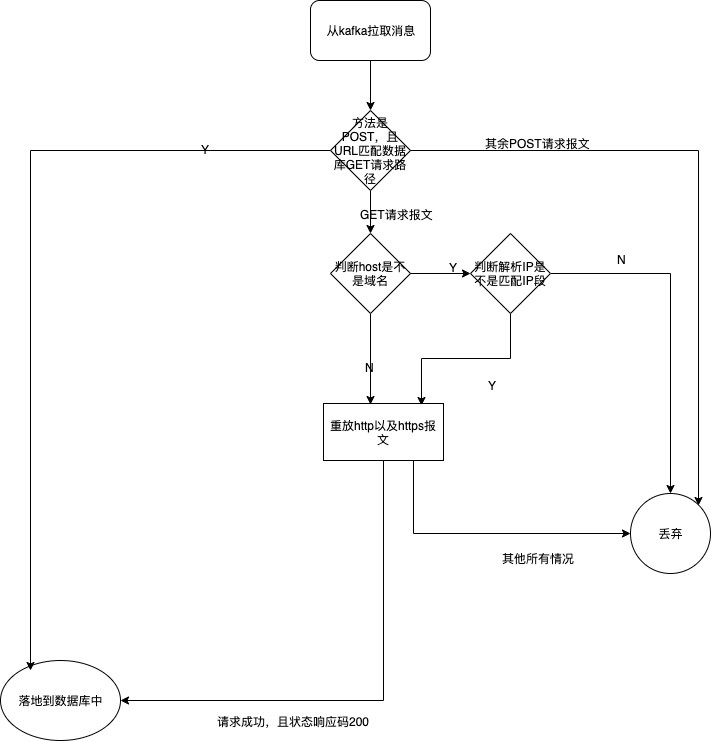
This is logic.png from madneal/requests, a draw.io export, as it was before one commit. Source tidied: cells renumbered, new cells last; positions are measured from the earlier drawing's top-left corner, leaving out a move shared by most shapes.
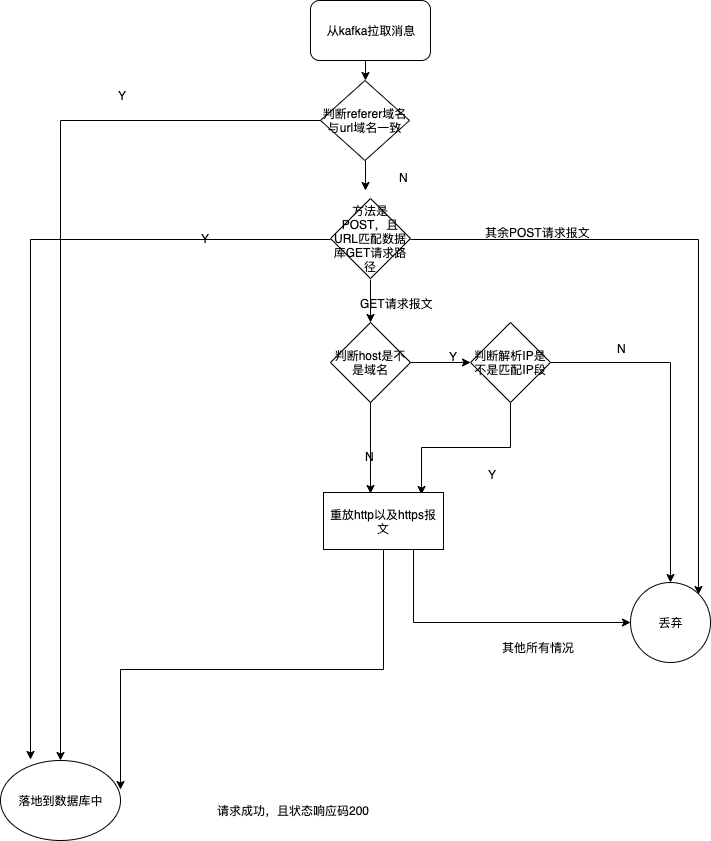
Above is the later version.

Change to the diagram source:
```diff
@@ -2,11 +2,11 @@
   <root>
     <mxCell id="0" />
     <mxCell id="1" parent="0" />
-    <mxCell id="2" style="edgeStyle=orthogonalEdgeStyle;rounded=0;jettySize=auto;html=1;exitX=0.5;exitY=1;exitDx=0;exitDy=0;entryX=0.5;entryY=0;entryDx=0;entryDy=0;" parent="1" edge="1" source="3" target="22">
-      <mxGeometry relative="1" as="geometry" />
-    </mxCell>
+    <mxCell id="28" style="edgeStyle=orthogonalEdgeStyle;rounded=0;jettySize=auto;html=1;exitX=0.5;exitY=1;exitDx=0;exitDy=0;entryX=0.5;entryY=0;entryDx=0;entryDy=0;" parent="1" edge="1" source="3" target="31">
+      <mxGeometry relative="1" as="geometry" />
+    </mxCell>
     <mxCell id="3" value="从kafka拉取消息" style="rounded=1;whiteSpace=wrap;html=1;" parent="1" vertex="1">
-      <mxGeometry x="310" width="120" height="60" as="geometry" />
+      <mxGeometry x="310" y="-89" width="120" height="60" as="geometry" />
     </mxCell>
     <mxCell id="4" style="edgeStyle=orthogonalEdgeStyle;rounded=0;jettySize=auto;html=1;exitX=1;exitY=0.5;exitDx=0;exitDy=0;entryX=0;entryY=0.5;entryDx=0;entryDy=0;" parent="1" edge="1" source="6" target="9">
       <mxGeometry relative="1" as="geometry" />
@@ -29,8 +29,10 @@
     <mxCell id="10" value="Y" style="text;html=1;align=center;verticalAlign=middle;" parent="1" vertex="1">
       <mxGeometry x="443" y="257" width="20" height="20" as="geometry" />
     </mxCell>
-    <mxCell id="11" style="edgeStyle=orthogonalEdgeStyle;rounded=0;jettySize=auto;html=1;exitX=0.5;exitY=1;exitDx=0;exitDy=0;entryX=1;entryY=0.5;entryDx=0;entryDy=0;" parent="1" edge="1" source="13" target="18">
-      <mxGeometry relative="1" as="geometry" />
+    <mxCell id="11" style="edgeStyle=orthogonalEdgeStyle;rounded=0;jettySize=auto;html=1;exitX=0.5;exitY=1;exitDx=0;exitDy=0;entryX=1;entryY=0.5;entryDx=0;entryDy=0;" parent="1" edge="1" source="13">
+      <mxGeometry relative="1" as="geometry">
+        <mxPoint x="120" y="700" as="targetPoint" />
+      </mxGeometry>
     </mxCell>
     <mxCell id="12" style="edgeStyle=orthogonalEdgeStyle;rounded=0;jettySize=auto;html=1;exitX=0.75;exitY=1;exitDx=0;exitDy=0;entryX=0;entryY=0.5;entryDx=0;entryDy=0;" parent="1" edge="1" source="13" target="16">
       <mxGeometry relative="1" as="geometry" />
@@ -51,21 +53,26 @@
       <mxGeometry x="611" y="249" width="20" height="20" as="geometry" />
     </mxCell>
     <mxCell id="18" value="落地到数据库中" style="ellipse;whiteSpace=wrap;html=1;" parent="1" vertex="1">
-      <mxGeometry y="660" width="120" height="80" as="geometry" />
+      <mxGeometry y="671" width="120" height="80" as="geometry" />
     </mxCell>
-    <mxCell id="19" style="edgeStyle=orthogonalEdgeStyle;rounded=0;jettySize=auto;html=1;" parent="1" edge="1" source="22">
+    <mxCell id="19" style="edgeStyle=orthogonalEdgeStyle;rounded=0;orthogonalLoop=1;jettySize=auto;html=1;" parent="1" edge="1">
       <mxGeometry relative="1" as="geometry">
+        <mxPoint x="330" y="150" as="sourcePoint" />
         <mxPoint x="30" y="670" as="targetPoint" />
       </mxGeometry>
     </mxCell>
-    <mxCell id="20" style="edgeStyle=orthogonalEdgeStyle;rounded=0;jettySize=auto;html=1;exitX=1;exitY=0.5;exitDx=0;exitDy=0;entryX=1;entryY=0;entryDx=0;entryDy=0;" parent="1" edge="1" source="22" target="16">
-      <mxGeometry relative="1" as="geometry" />
+    <mxCell id="20" style="edgeStyle=orthogonalEdgeStyle;rounded=0;jettySize=auto;html=1;exitX=1;exitY=0.5;exitDx=0;exitDy=0;entryX=1;entryY=0;entryDx=0;entryDy=0;" parent="1" edge="1" target="16">
+      <mxGeometry relative="1" as="geometry">
+        <mxPoint x="410" y="150" as="sourcePoint" />
+      </mxGeometry>
     </mxCell>
-    <mxCell id="21" style="edgeStyle=orthogonalEdgeStyle;rounded=0;jettySize=auto;html=1;exitX=0.5;exitY=1;exitDx=0;exitDy=0;" parent="1" edge="1" source="22" target="6">
-      <mxGeometry relative="1" as="geometry" />
+    <mxCell id="21" style="edgeStyle=orthogonalEdgeStyle;rounded=0;jettySize=auto;html=1;exitX=0.5;exitY=1;exitDx=0;exitDy=0;" parent="1" edge="1" target="6">
+      <mxGeometry relative="1" as="geometry">
+        <mxPoint x="370" y="190" as="sourcePoint" />
+      </mxGeometry>
     </mxCell>
     <mxCell id="22" value="方法是POST，且URL匹配数据库GET请求路径" style="rhombus;whiteSpace=wrap;html=1;" parent="1" vertex="1">
-      <mxGeometry x="330" y="110" width="80" height="80" as="geometry" />
+      <mxGeometry x="330" y="109" width="80" height="80" as="geometry" />
     </mxCell>
     <mxCell id="23" value="Y" style="text;html=1;align=center;verticalAlign=middle;" parent="1" vertex="1">
       <mxGeometry x="195" y="139" width="20" height="20" as="geometry" />
@@ -82,5 +89,22 @@
     <mxCell id="27" value="其他所有情况" style="text;html=1;align=center;verticalAlign=middle;" parent="1" vertex="1">
       <mxGeometry x="493" y="548" width="90" height="20" as="geometry" />
     </mxCell>
+    <mxCell id="29" style="edgeStyle=orthogonalEdgeStyle;rounded=0;jettySize=auto;html=1;entryX=0.5;entryY=0;entryDx=0;entryDy=0;" parent="1" edge="1" source="31" target="18">
+      <mxGeometry relative="1" as="geometry" />
+    </mxCell>
+    <mxCell id="30" style="edgeStyle=orthogonalEdgeStyle;rounded=0;jettySize=auto;html=1;exitX=0.5;exitY=1;exitDx=0;exitDy=0;" parent="1" edge="1" source="31">
+      <mxGeometry relative="1" as="geometry">
+        <mxPoint x="365" y="101" as="targetPoint" />
+      </mxGeometry>
+    </mxCell>
+    <mxCell id="31" value="判断referer域名与url域名一致" style="rhombus;whiteSpace=wrap;html=1;" parent="1" vertex="1">
+      <mxGeometry x="320" y="-9" width="89" height="80" as="geometry" />
+    </mxCell>
+    <mxCell id="32" value="Y" style="text;html=1;align=center;verticalAlign=middle;" parent="1" vertex="1">
+      <mxGeometry x="112" y="-4" width="20" height="20" as="geometry" />
+    </mxCell>
+    <mxCell id="33" value="N" style="text;html=1;align=center;verticalAlign=middle;" parent="1" vertex="1">
+      <mxGeometry x="393" y="78" width="20" height="20" as="geometry" />
+    </mxCell>
   </root>
 </mxGraphModel>
```
